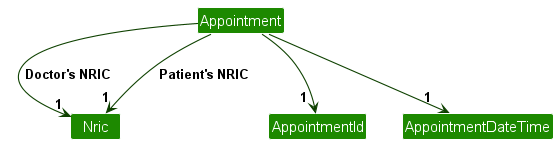
Before: docs/images/AppointmentClassDiagram.png, a diagram exported from PlantUML (alfaloo/tp).
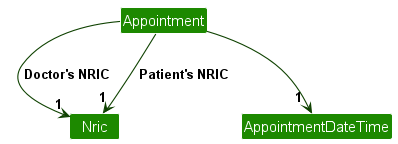
After the change.

Diff of the diagram source:
```diff
@@ -6,7 +6,6 @@
 
 Class "Appointment" as Appointment
 Class Nric
-Class AppointmentId
 Class AppointmentDateTime
 
 
@@ -14,7 +13,6 @@
 Appointment -down-> "1" Nric : Doctor's NRIC\t
 Appointment -down-> "1" Nric : Patient's NRIC\t\t
 Appointment -down-> "\t1" AppointmentDateTime
-Appointment -down-> "\t1" AppointmentId
 
 
 @enduml
```
